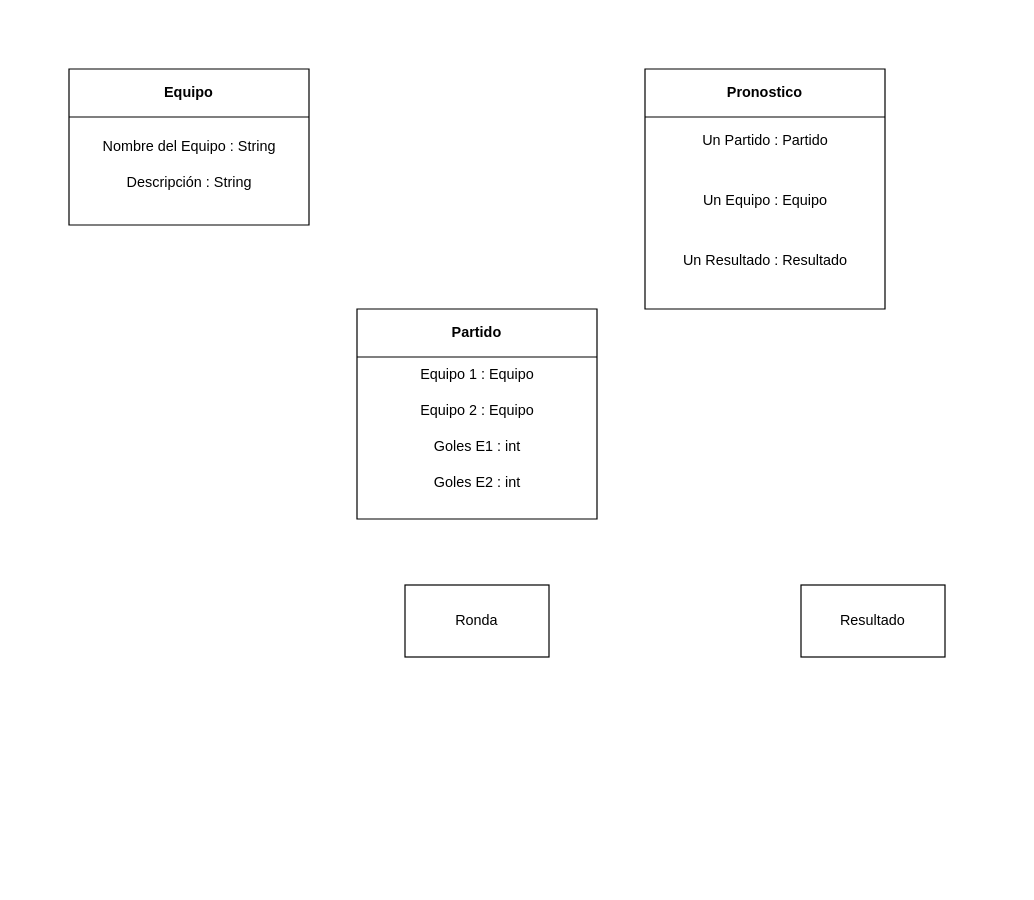
Earlier version of the draw.io diagram Trabajo integrador.drawio (DanidelSur/Trabajo-Integrador-JAVA). Source tidied: cells renumbered, new cells numbered last; positions are measured from the earlier drawing's top-left corner, leaving out a move shared by most shapes. Both pictures are drawn from the tidied source at 120%, with x=0, y=0 at pixel (68, 68).
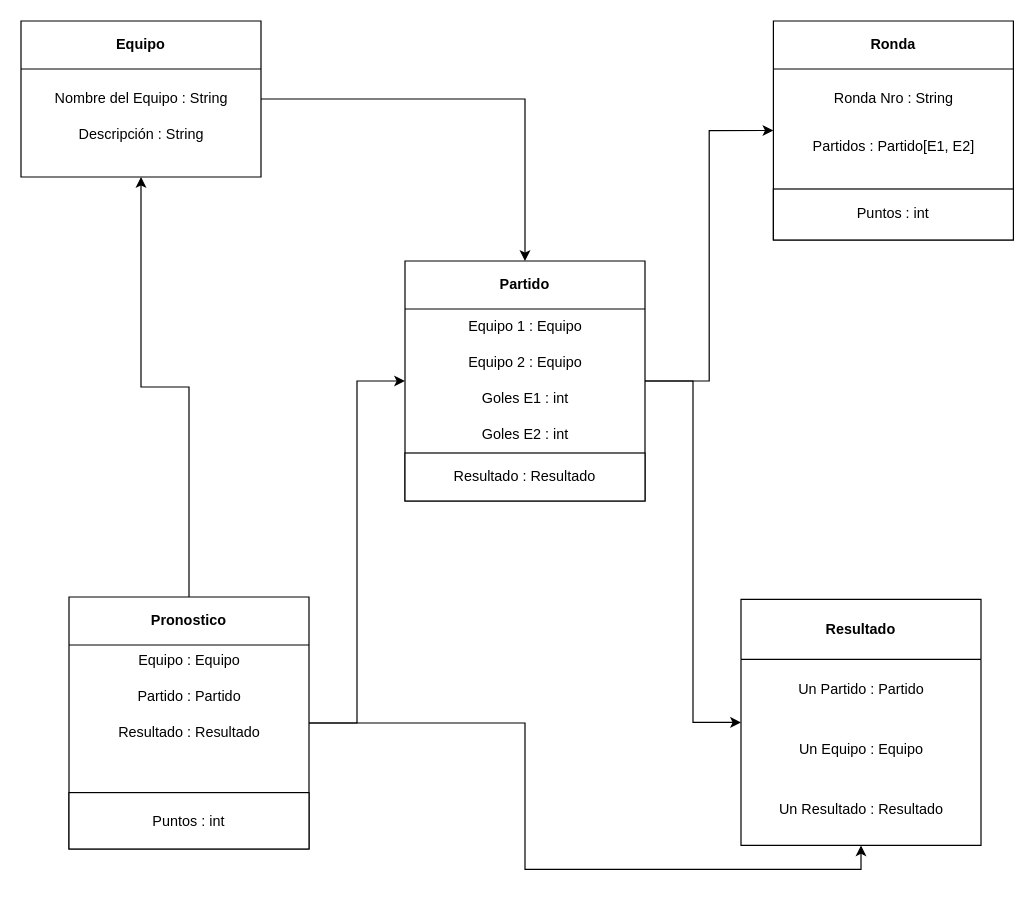
The same page after the edit.

Diff of the diagram source:
```diff
@@
-    <mxCell id="2" value="Ronda" style="rounded=0;whiteSpace=wrap;html=1;" parent="1" vertex="1">
-      <mxGeometry x="280" y="430" width="120" height="60" as="geometry" />
-    </mxCell>
-    <mxCell id="3" value="Resultado" style="rounded=0;whiteSpace=wrap;html=1;" parent="1" vertex="1">
-      <mxGeometry x="610" y="430" width="120" height="60" as="geometry" />
-    </mxCell>
+    <mxCell id="16" style="edgeStyle=orthogonalEdgeStyle;rounded=0;jettySize=auto;html=1;entryX=0.5;entryY=0;entryDx=0;entryDy=0;" parent="1" edge="1" source="4" target="7">
+      <mxGeometry relative="1" as="geometry" />
+    </mxCell>
     <mxCell id="4" value="Equipo" style="swimlane;whiteSpace=wrap;html=1;startSize=40;" parent="1" vertex="1">
-      <mxGeometry width="200" height="130" as="geometry" />
+      <mxGeometry x="-40" y="-40" width="200" height="130" as="geometry" />
     </mxCell>
@@
+    <mxCell id="17" style="edgeStyle=orthogonalEdgeStyle;rounded=0;jettySize=auto;html=1;entryX=0;entryY=0.5;entryDx=0;entryDy=0;" parent="1" edge="1" source="7" target="2">
+      <mxGeometry relative="1" as="geometry" />
+    </mxCell>
+    <mxCell id="18" style="edgeStyle=orthogonalEdgeStyle;rounded=0;jettySize=auto;html=1;entryX=0;entryY=0.5;entryDx=0;entryDy=0;" parent="1" edge="1" source="7" target="3">
+      <mxGeometry relative="1" as="geometry" />
+    </mxCell>
     <mxCell id="7" value="Partido" style="swimlane;whiteSpace=wrap;html=1;startSize=40;" parent="1" vertex="1">
-      <mxGeometry x="240" y="200" width="200" height="175" as="geometry" />
+      <mxGeometry x="280" y="160" width="200" height="200" as="geometry" />
     </mxCell>
@@
+    <mxCell id="19" value="Resultado : Resultado" style="rounded=0;whiteSpace=wrap;html=1;" parent="7" vertex="1">
+      <mxGeometry y="160" width="200" height="40" as="geometry" />
+    </mxCell>
+    <mxCell id="20" style="edgeStyle=orthogonalEdgeStyle;rounded=0;jettySize=auto;html=1;entryX=0.5;entryY=1;entryDx=0;entryDy=0;" parent="1" edge="1" source="12" target="4">
+      <mxGeometry relative="1" as="geometry" />
+    </mxCell>
+    <mxCell id="21" style="edgeStyle=orthogonalEdgeStyle;rounded=0;jettySize=auto;html=1;entryX=0;entryY=0.5;entryDx=0;entryDy=0;" parent="1" edge="1" source="12" target="7">
+      <mxGeometry relative="1" as="geometry" />
+    </mxCell>
+    <mxCell id="22" style="edgeStyle=orthogonalEdgeStyle;rounded=0;jettySize=auto;html=1;entryX=0.5;entryY=1;entryDx=0;entryDy=0;" parent="1" edge="1" source="12" target="3">
+      <mxGeometry relative="1" as="geometry" />
+    </mxCell>
     <mxCell id="12" value="Pronostico" style="swimlane;whiteSpace=wrap;html=1;startSize=40;" parent="1" vertex="1">
-      <mxGeometry x="480" width="200" height="200" as="geometry" />
+      <mxGeometry y="440" width="200" height="210" as="geometry" />
     </mxCell>
+    <mxCell id="23" value="Puntos : int" style="rounded=0;whiteSpace=wrap;html=1;" parent="12" vertex="1">
+      <mxGeometry y="163" width="200" height="47" as="geometry" />
+    </mxCell>
+    <mxCell id="24" value="Equipo : Equipo" style="text;html=1;align=center;verticalAlign=middle;strokeColor=none;fillColor=none;" parent="12" vertex="1">
+      <mxGeometry x="45" y="38" width="110" height="30" as="geometry" />
+    </mxCell>
+    <mxCell id="25" value="Partido : Partido" style="text;html=1;align=center;verticalAlign=middle;strokeColor=none;fillColor=none;" parent="12" vertex="1">
+      <mxGeometry x="45" y="68" width="110" height="30" as="geometry" />
+    </mxCell>
+    <mxCell id="26" value="Resultado : Resultado" style="text;html=1;align=center;verticalAlign=middle;strokeColor=none;fillColor=none;" parent="12" vertex="1">
+      <mxGeometry x="30" y="98" width="140" height="30" as="geometry" />
+    </mxCell>
+    <mxCell id="2" value="Ronda" style="swimlane;whiteSpace=wrap;html=1;startSize=40;" parent="1" vertex="1">
+      <mxGeometry x="587" y="-40" width="200" height="182.5" as="geometry" />
+    </mxCell>
+    <mxCell id="27" value="Ronda Nro : String" style="text;html=1;align=center;verticalAlign=middle;strokeColor=none;fillColor=none;" parent="2" vertex="1">
+      <mxGeometry x="40" y="50" width="120" height="30" as="geometry" />
+    </mxCell>
+    <mxCell id="28" value="Partidos : Partido[E1, E2]" style="text;html=1;align=center;verticalAlign=middle;strokeColor=none;fillColor=none;" parent="2" vertex="1">
+      <mxGeometry x="20" y="90" width="160" height="30" as="geometry" />
+    </mxCell>
+    <mxCell id="29" value="Puntos : int" style="rounded=0;whiteSpace=wrap;html=1;" parent="2" vertex="1">
+      <mxGeometry y="140" width="200" height="42.5" as="geometry" />
+    </mxCell>
+    <mxCell id="3" value="Resultado" style="swimlane;whiteSpace=wrap;html=1;startSize=50;" parent="1" vertex="1">
+      <mxGeometry x="560" y="442" width="200" height="205" as="geometry" />
+    </mxCell>
-    <mxCell id="13" value="Un Partido : Partido" style="text;html=1;align=center;verticalAlign=middle;strokeColor=none;fillColor=none;" parent="1" vertex="1">
-      <mxGeometry x="515" y="45" width="130" height="30" as="geometry" />
+    <mxCell id="13" value="Un Partido : Partido" style="text;html=1;align=center;verticalAlign=middle;strokeColor=none;fillColor=none;" parent="3" vertex="1">
+      <mxGeometry x="35" y="60" width="130" height="30" as="geometry" />
     </mxCell>
-    <mxCell id="14" value="Un Equipo : Equipo" style="text;html=1;align=center;verticalAlign=middle;strokeColor=none;fillColor=none;" parent="1" vertex="1">
-      <mxGeometry x="515" y="95" width="130" height="30" as="geometry" />
+    <mxCell id="14" value="Un Equipo : Equipo" style="text;html=1;align=center;verticalAlign=middle;strokeColor=none;fillColor=none;" parent="3" vertex="1">
+      <mxGeometry x="35" y="110" width="130" height="30" as="geometry" />
     </mxCell>
-    <mxCell id="15" value="Un Resultado : Resultado" style="text;html=1;align=center;verticalAlign=middle;strokeColor=none;fillColor=none;" parent="1" vertex="1">
-      <mxGeometry x="500" y="145" width="160" height="30" as="geometry" />
+    <mxCell id="15" value="Un Resultado : Resultado" style="text;html=1;align=center;verticalAlign=middle;strokeColor=none;fillColor=none;" parent="3" vertex="1">
+      <mxGeometry x="20" y="160" width="160" height="30" as="geometry" />
     </mxCell>
```
